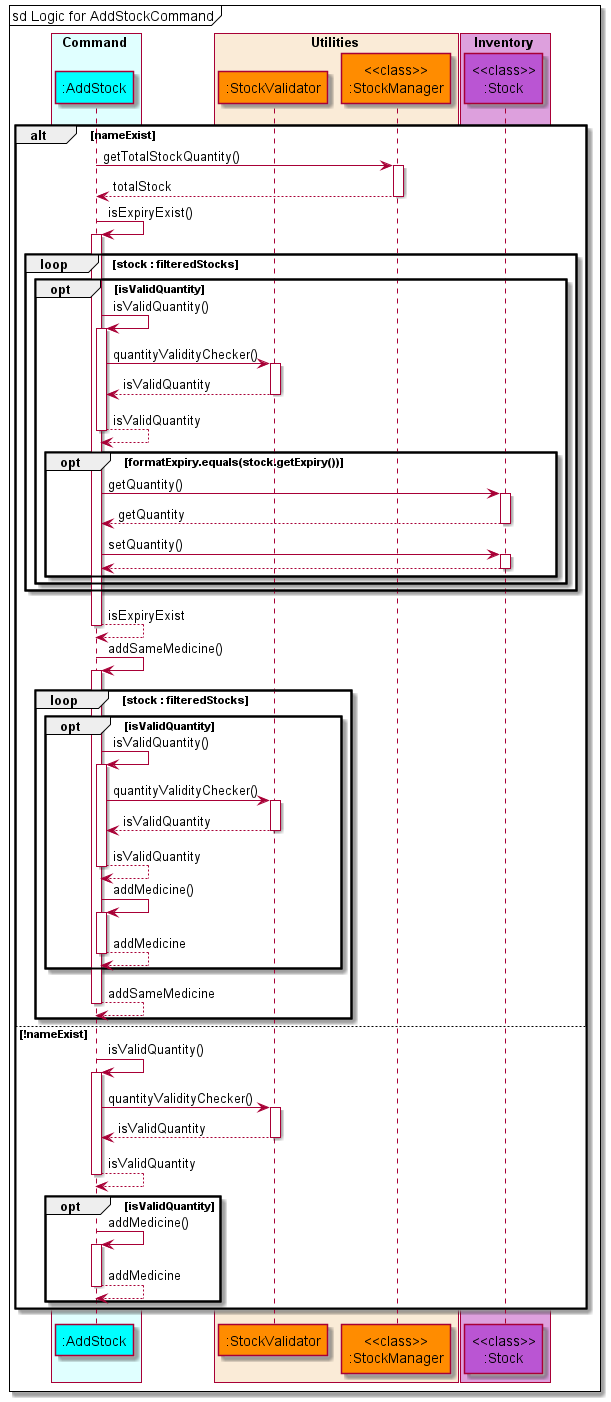
This is docs/diagrams/diagram_images/AddStockSequenceDiagram.png from nus-cs2113-AY2122S1/tp, a PlantUML export, as it was before one commit.
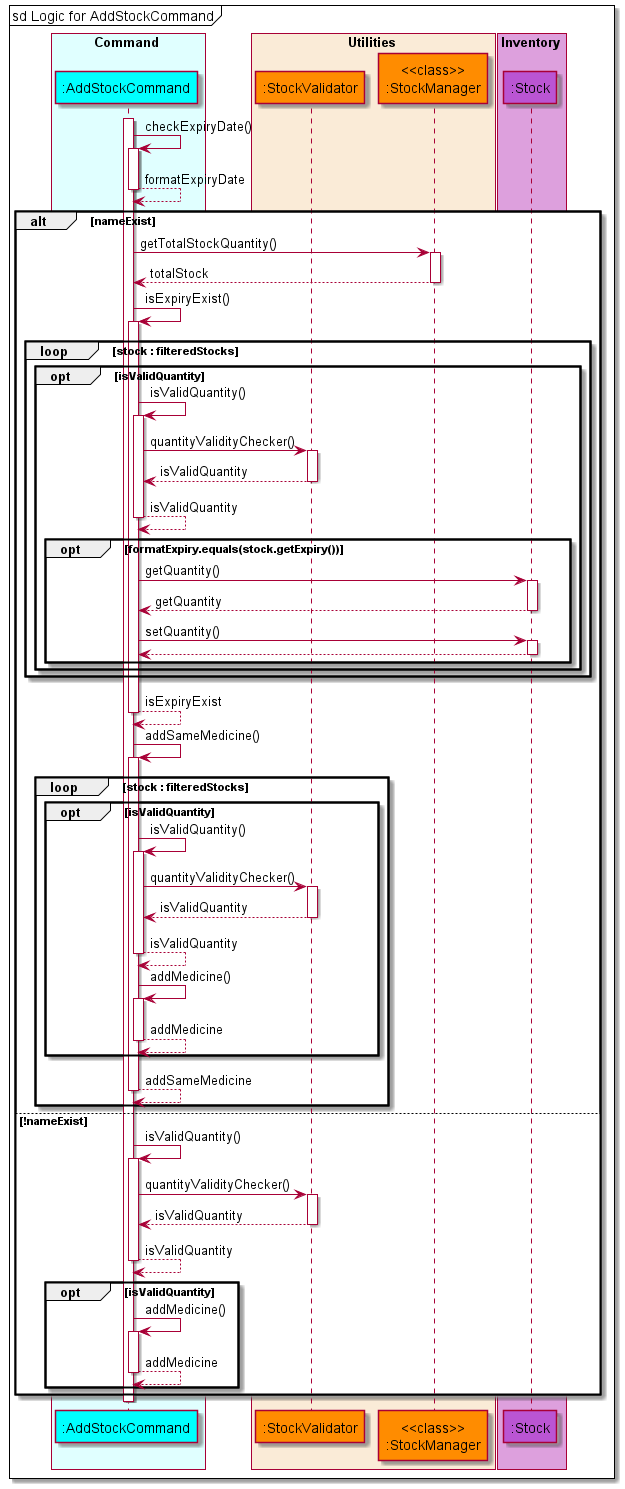
Above is the later version.

Diff of the diagram source:
```diff
@@ -3,7 +3,7 @@
 !include style.puml
 
 box Command COLOR_COMMAND_BOX
-    participant ":AddStock" as addstock COLOR_COMMAND
+    participant ":AddStockCommand" as addstock COLOR_COMMAND
 end box
 
 box Utilities COLOR_UTILITIES_BOX
@@ -12,12 +12,14 @@
 end box
 
 box Inventory COLOR_INVENTORY_BOX
-    participant "<<class>>\n:Stock" as stock COLOR_INVENTORY
+    participant ":Stock" as stock COLOR_INVENTORY
 end box
 
 autoactivate on
 mainFrame sd Logic for AddStockCommand
-
+activate addstock
+addstock -> addstock : checkExpiryDate()
+addstock --> addstock : formatExpiryDate
 alt nameExist
     addstock -> stockmanager: getTotalStockQuantity()
     addstock <-- stockmanager: totalStock
```
